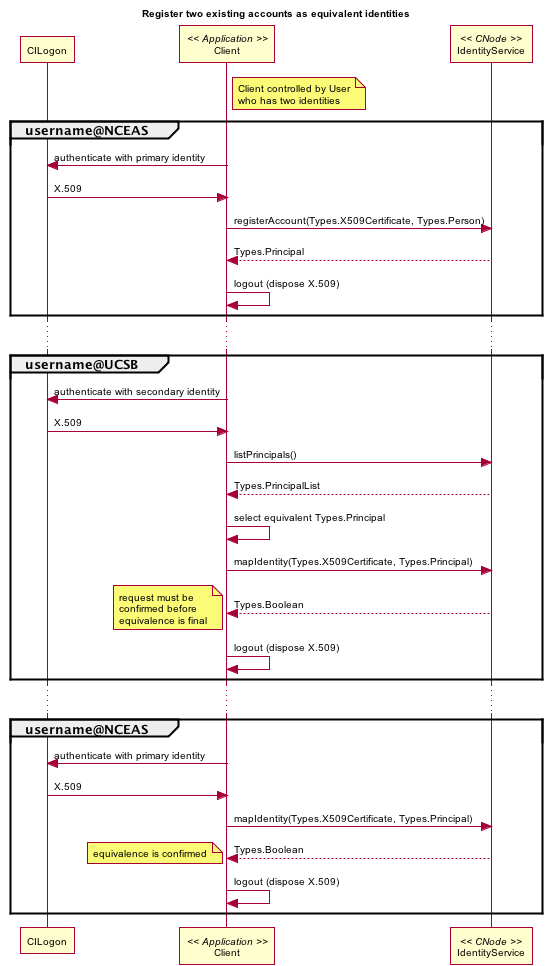
The PlantUML diagram source/design/images/ident_01.png in datadavev/DataONE_architecture, before a commit.
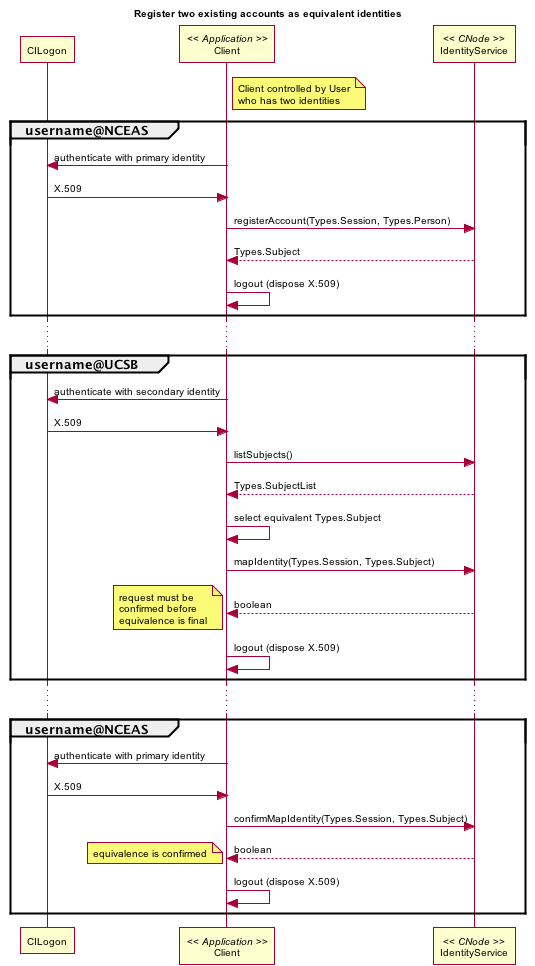
The same diagram one commit later.

Commit message:
update diagrams to reflect new types

The edit, as a diff of the source:
```diff
@@ -68,19 +68,19 @@
 group username@NCEAS
 	client -> cilogon:authenticate with primary identity
 	client <- cilogon: X.509
-	client -> ident: registerAccount(Types.X509Certificate, Types.Person)
-	ident --> client: Types.Principal
+	client -> ident: registerAccount(Types.Session, Types.Person)
+	ident --> client: Types.Subject
 	client -> client:logout (dispose X.509)
 end
 ...
 group username@UCSB
 	client -> cilogon:authenticate with secondary identity
 	client <- cilogon: X.509
-	client -> ident:listPrincipals()
-	ident --> client:Types.PrincipalList
-	client -> client:select equivalent Types.Principal
-	client -> ident: mapIdentity(Types.X509Certificate, Types.Principal)
-	ident --> client: Types.Boolean
+	client -> ident:listSubjects()
+	ident --> client:Types.SubjectList
+	client -> client:select equivalent Types.Subject
+	client -> ident: mapIdentity(Types.Session, Types.Subject)
+	ident --> client: boolean
 	note left
 		request must be
 		confirmed before
@@ -92,8 +92,8 @@
 group username@NCEAS
 	client -> cilogon:authenticate with primary identity
 	client <- cilogon: X.509
-	client -> ident: mapIdentity(Types.X509Certificate, Types.Principal)
-	ident --> client: Types.Boolean
+	client -> ident: confirmMapIdentity(Types.Session, Types.Subject)
+	ident --> client: boolean
 	note left
 		equivalence is confirmed
 	end note
```
